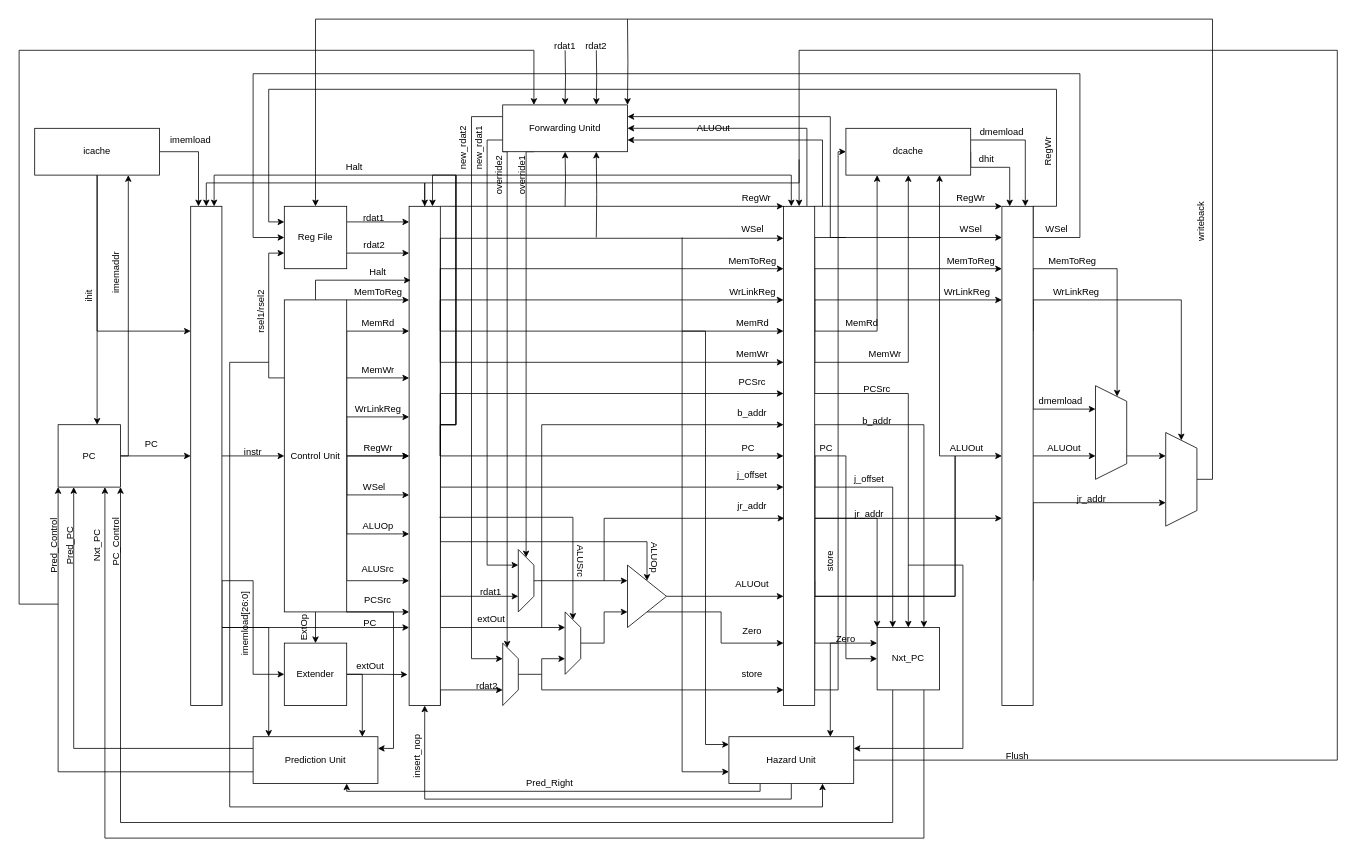
Before: page "Page-2" (2 of 2) of Pipeline.drawio.xml in dsrasheed/ece437, a draw.io diagram. Source tidied: cells renumbered, new cells numbered last; positions are measured from the earlier drawing's top-left corner, leaving out a move shared by most shapes. Both pictures are drawn from the tidied source at 78%, with x=0, y=0 at pixel (19, 19).
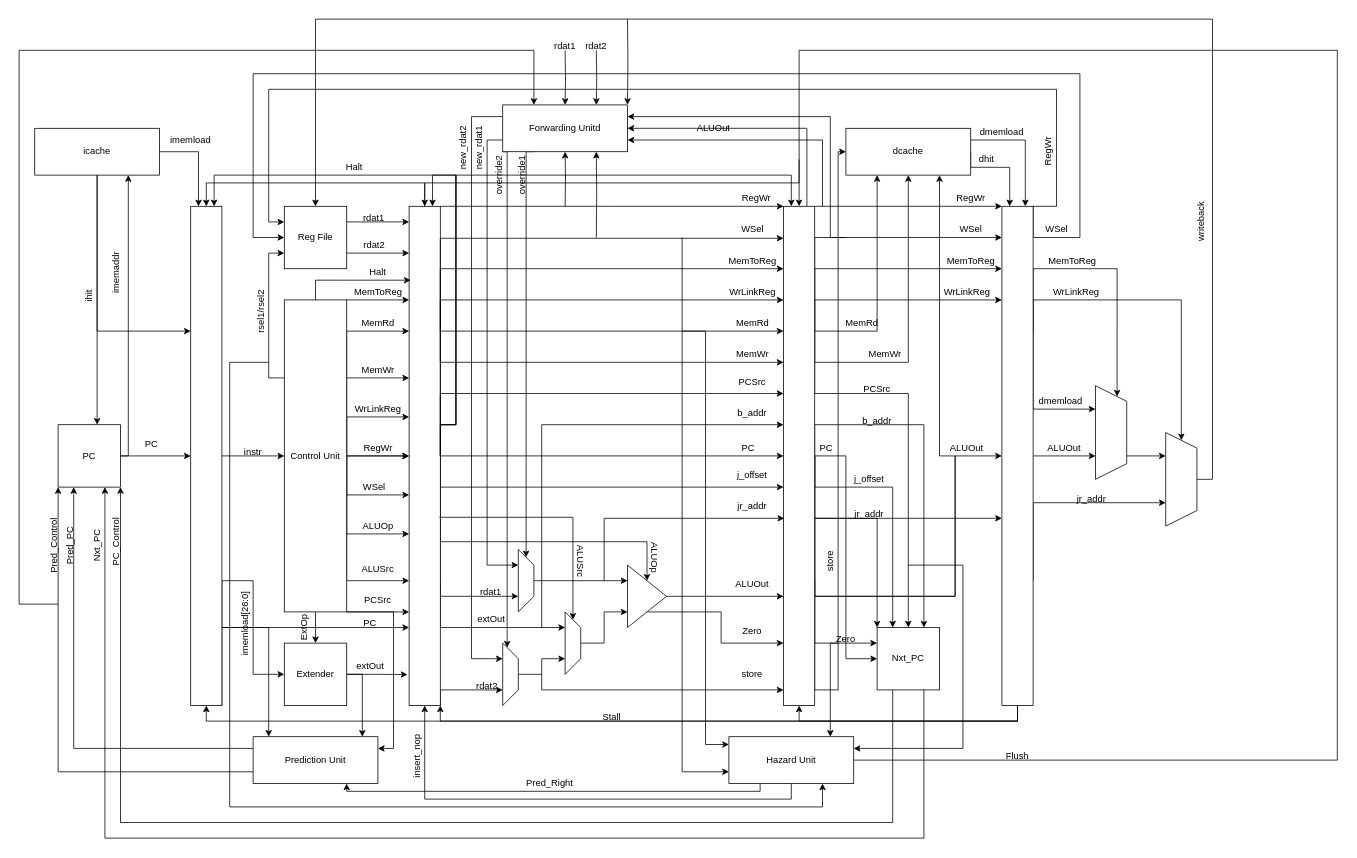
Above is the later version.

The change refers to these unchanged cells:
```xml
<mxCell id="20" style="rounded=0;whiteSpace=wrap;html=1;" parent="1" vertex="1">
  <mxGeometry x="980" y="240" width="40" height="640" as="geometry" />
</mxCell>
<mxCell id="30" style="rounded=0;whiteSpace=wrap;html=1;" parent="1" vertex="1">
  <mxGeometry x="500" y="240" width="40" height="640" as="geometry" />
</mxCell>
<mxCell id="38" style="rounded=0;whiteSpace=wrap;html=1;" parent="1" vertex="1">
  <mxGeometry x="220" y="240" width="40" height="640" as="geometry" />
</mxCell>
<mxCell id="110" style="rounded=0;whiteSpace=wrap;html=1;" parent="1" vertex="1">
  <mxGeometry x="1260" y="240" width="40" height="640" as="geometry" />
</mxCell>
```

Diff of the diagram source:
```diff
@@
+    <mxCell id="208" style="edgeStyle=orthogonalEdgeStyle;rounded=0;jettySize=auto;html=1;exitX=0.5;exitY=1;exitDx=0;exitDy=0;entryX=0.5;entryY=1;entryDx=0;entryDy=0;endArrow=classic;endFill=1;" parent="1" edge="1" source="110" target="20">
+      <mxGeometry relative="1" as="geometry" />
+    </mxCell>
+    <mxCell id="209" style="edgeStyle=orthogonalEdgeStyle;rounded=0;jettySize=auto;html=1;exitX=0.5;exitY=1;exitDx=0;exitDy=0;entryX=1;entryY=1;entryDx=0;entryDy=0;endArrow=classic;endFill=1;" parent="1" edge="1" source="110" target="30">
+      <mxGeometry relative="1" as="geometry" />
+    </mxCell>
+    <mxCell id="210" style="edgeStyle=orthogonalEdgeStyle;rounded=0;jettySize=auto;html=1;exitX=0.5;exitY=1;exitDx=0;exitDy=0;entryX=0.5;entryY=1;entryDx=0;entryDy=0;endArrow=classic;endFill=1;" parent="1" edge="1" source="110" target="38">
+      <mxGeometry relative="1" as="geometry" />
+    </mxCell>
@@
+    <mxCell id="211" value="Stall" style="text;html=1;strokeColor=none;fillColor=none;align=center;verticalAlign=middle;whiteSpace=wrap;rounded=0;" parent="1" vertex="1">
+      <mxGeometry x="730" y="880" width="60" height="30" as="geometry" />
+    </mxCell>
```
